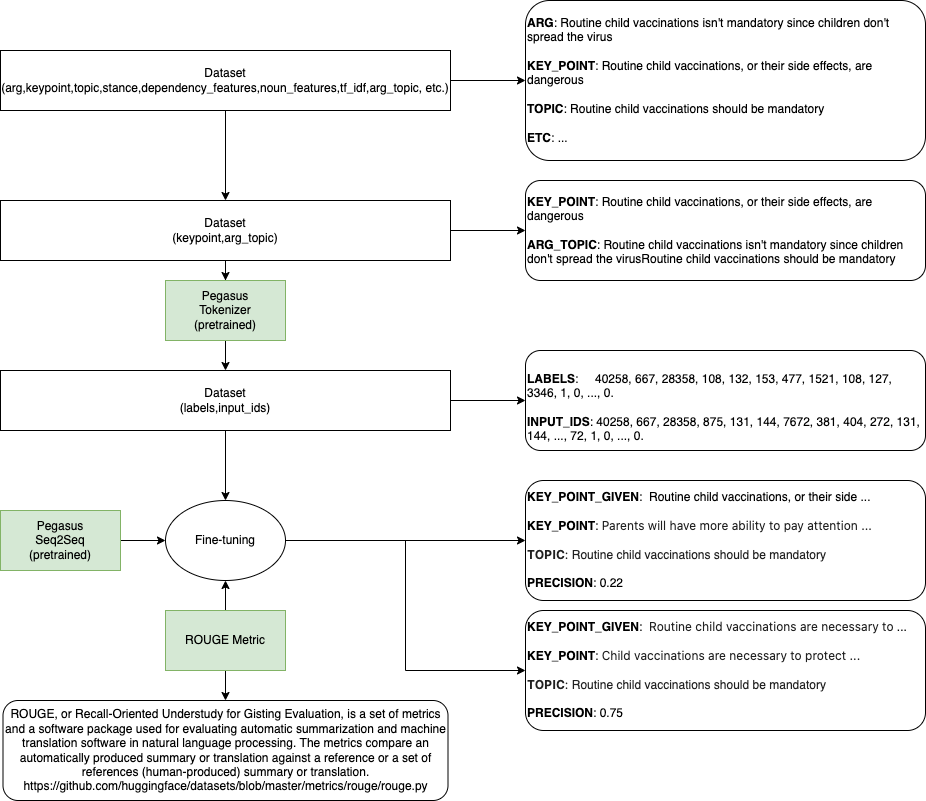
Earlier version of the draw.io export images/generation.drawio.png (Yauhenii/kp_extraction). Source tidied: cells renumbered, new cells last; positions are measured from the earlier drawing's top-left corner, leaving out a move shared by most shapes.
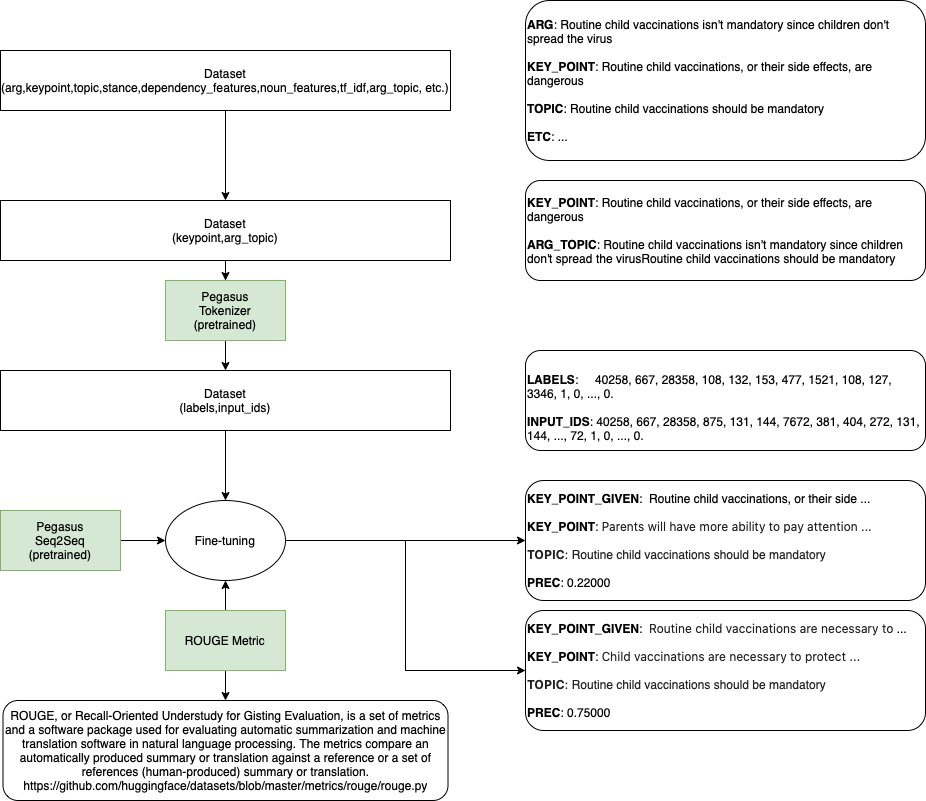
After the change.

The edit, as a diff of the source:
```diff
@@ -8,27 +8,18 @@
     <mxCell id="3" value="Pegasus&lt;br&gt;Seq2Seq&lt;br&gt;(pretrained)" style="rounded=0;whiteSpace=wrap;html=1;fillColor=#d5e8d4;strokeColor=#82b366;" parent="1" vertex="1">
       <mxGeometry y="510" width="120" height="60" as="geometry" />
     </mxCell>
-    <mxCell id="4" style="edgeStyle=orthogonalEdgeStyle;rounded=0;jettySize=auto;html=1;exitX=1;exitY=0.5;exitDx=0;exitDy=0;entryX=0;entryY=0.5;entryDx=0;entryDy=0;fontSize=12;" parent="1" edge="1" source="6" target="13">
-      <mxGeometry relative="1" as="geometry" />
-    </mxCell>
     <mxCell id="5" style="edgeStyle=orthogonalEdgeStyle;rounded=0;jettySize=auto;html=1;entryX=0.5;entryY=0;entryDx=0;entryDy=0;fontSize=12;" parent="1" edge="1" source="6" target="9">
       <mxGeometry relative="1" as="geometry" />
     </mxCell>
     <mxCell id="6" value="Dataset&lt;br&gt;(arg,keypoint,topic,stance,dependency_features,noun_features,tf_idf,arg_topic, etc.)" style="rounded=0;whiteSpace=wrap;html=1;" parent="1" vertex="1">
       <mxGeometry y="50" width="450" height="60" as="geometry" />
     </mxCell>
-    <mxCell id="7" style="edgeStyle=orthogonalEdgeStyle;rounded=0;jettySize=auto;html=1;entryX=0;entryY=0.5;entryDx=0;entryDy=0;fontSize=12;" parent="1" edge="1" source="9" target="14">
-      <mxGeometry relative="1" as="geometry" />
-    </mxCell>
     <mxCell id="8" style="edgeStyle=orthogonalEdgeStyle;rounded=0;jettySize=auto;html=1;fontSize=12;" parent="1" edge="1" source="9" target="17">
       <mxGeometry relative="1" as="geometry" />
     </mxCell>
     <mxCell id="9" value="Dataset&lt;br&gt;(keypoint,arg_topic)" style="rounded=0;whiteSpace=wrap;html=1;" parent="1" vertex="1">
       <mxGeometry y="200" width="450" height="60" as="geometry" />
     </mxCell>
-    <mxCell id="10" style="edgeStyle=orthogonalEdgeStyle;rounded=0;jettySize=auto;html=1;entryX=0;entryY=0.5;entryDx=0;entryDy=0;fontSize=12;" parent="1" edge="1" source="12" target="15">
-      <mxGeometry relative="1" as="geometry" />
-    </mxCell>
     <mxCell id="11" style="edgeStyle=orthogonalEdgeStyle;rounded=0;jettySize=auto;html=1;entryX=0.5;entryY=0;entryDx=0;entryDy=0;fontSize=12;" parent="1" edge="1" source="12" target="20">
       <mxGeometry relative="1" as="geometry" />
     </mxCell>
@@ -71,10 +62,10 @@
     <mxCell id="24" value="&lt;span style=&quot;font-size: 12px;&quot;&gt;ROUGE, or Recall-Oriented Understudy for Gisting Evaluation, is a set of metrics and a software package used for evaluating automatic summarization and machine translation software in natural language processing. The metrics compare an automatically produced summary or translation against a reference or a set of references (human-produced) summary or translation.&lt;/span&gt;&lt;br&gt;&lt;span style=&quot;font-size: 12px;&quot;&gt;https://github.com/huggingface/datasets/blob/master/metrics/rouge/rouge.py&lt;/span&gt;" style="rounded=1;whiteSpace=wrap;html=1;fontSize=12;" parent="1" vertex="1">
       <mxGeometry x="2.5" y="700" width="445" height="100" as="geometry" />
     </mxCell>
-    <mxCell id="25" value="&lt;font style=&quot;&quot;&gt;&lt;font style=&quot;&quot;&gt;&lt;span style=&quot;font-size: 12px; background-color: transparent; caret-color: rgb(0, 0, 0);&quot;&gt;&lt;b&gt;KEY_POINT_GIVEN&lt;/b&gt;:&amp;nbsp;&amp;nbsp;&lt;/span&gt;&lt;span style=&quot;background-color: transparent;&quot;&gt;&lt;span style=&quot;font-size: 12px;&quot;&gt;Routine child vaccinations, or their side ...&lt;br&gt;&lt;/span&gt;&lt;br&gt;&lt;/span&gt;&lt;/font&gt;&lt;b&gt;KEY_POINT&lt;/b&gt;:&amp;nbsp;&lt;span style=&quot;caret-color: rgba(0, 0, 0, 0.87); color: rgba(0, 0, 0, 0.87); font-family: -apple-system, BlinkMacSystemFont, &amp;quot;Segoe UI&amp;quot;, Helvetica, Arial, sans-serif, &amp;quot;Apple Color Emoji&amp;quot;, &amp;quot;Segoe UI Emoji&amp;quot;, &amp;quot;Segoe UI Symbol&amp;quot;; text-align: right; text-size-adjust: auto; background-color: rgb(255, 255, 255);&quot;&gt;Parents will have more ability to pay attention ...&lt;br&gt;&lt;br&gt;&lt;/span&gt;&lt;span style=&quot;caret-color: rgba(0, 0, 0, 0.87); color: rgba(0, 0, 0, 0.87); font-family: -apple-system, BlinkMacSystemFont, &amp;quot;Segoe UI&amp;quot;, Helvetica, Arial, sans-serif, &amp;quot;Apple Color Emoji&amp;quot;, &amp;quot;Segoe UI Emoji&amp;quot;, &amp;quot;Segoe UI Symbol&amp;quot;; font-weight: bold; text-align: right; text-size-adjust: auto; background-color: rgb(255, 255, 255);&quot;&gt;TOPIC&lt;/span&gt;&lt;span style=&quot;caret-color: rgba(0, 0, 0, 0.87); color: rgba(0, 0, 0, 0.87); font-family: -apple-system, BlinkMacSystemFont, &amp;quot;Segoe UI&amp;quot;, Helvetica, Arial, sans-serif, &amp;quot;Apple Color Emoji&amp;quot;, &amp;quot;Segoe UI Emoji&amp;quot;, &amp;quot;Segoe UI Symbol&amp;quot;; text-align: right; text-size-adjust: auto; background-color: rgb(255, 255, 255);&quot;&gt;:&lt;/span&gt;&lt;span style=&quot;caret-color: rgba(0, 0, 0, 0.87); color: rgba(0, 0, 0, 0.87); text-align: right; text-size-adjust: auto; background-color: rgb(255, 255, 255);&quot;&gt;&amp;nbsp;&lt;/span&gt;&lt;span style=&quot;caret-color: rgba(0, 0, 0, 0.87); color: rgba(0, 0, 0, 0.87); text-align: right; text-size-adjust: auto;&quot;&gt;Routine child vaccinations should be mandatory&lt;br&gt;&lt;/span&gt;&lt;br&gt;&lt;b&gt;PRECISION&lt;/b&gt;: 0.22&lt;br&gt;&lt;/font&gt;" style="rounded=1;whiteSpace=wrap;html=1;align=left;" parent="1" vertex="1">
+    <mxCell id="25" value="&lt;font style=&quot;&quot;&gt;&lt;font style=&quot;&quot;&gt;&lt;span style=&quot;font-size: 12px; background-color: transparent; caret-color: rgb(0, 0, 0);&quot;&gt;&lt;b&gt;KEY_POINT_GIVEN&lt;/b&gt;:&amp;nbsp;&amp;nbsp;&lt;/span&gt;&lt;span style=&quot;background-color: transparent;&quot;&gt;&lt;span style=&quot;font-size: 12px;&quot;&gt;Routine child vaccinations, or their side ...&lt;br&gt;&lt;/span&gt;&lt;br&gt;&lt;/span&gt;&lt;/font&gt;&lt;b&gt;KEY_POINT&lt;/b&gt;:&amp;nbsp;&lt;span style=&quot;caret-color: rgba(0, 0, 0, 0.87); color: rgba(0, 0, 0, 0.87); font-family: -apple-system, BlinkMacSystemFont, &amp;quot;Segoe UI&amp;quot;, Helvetica, Arial, sans-serif, &amp;quot;Apple Color Emoji&amp;quot;, &amp;quot;Segoe UI Emoji&amp;quot;, &amp;quot;Segoe UI Symbol&amp;quot;; text-align: right; text-size-adjust: auto; background-color: rgb(255, 255, 255);&quot;&gt;Parents will have more ability to pay attention ...&lt;br&gt;&lt;br&gt;&lt;/span&gt;&lt;span style=&quot;caret-color: rgba(0, 0, 0, 0.87); color: rgba(0, 0, 0, 0.87); font-family: -apple-system, BlinkMacSystemFont, &amp;quot;Segoe UI&amp;quot;, Helvetica, Arial, sans-serif, &amp;quot;Apple Color Emoji&amp;quot;, &amp;quot;Segoe UI Emoji&amp;quot;, &amp;quot;Segoe UI Symbol&amp;quot;; font-weight: bold; text-align: right; text-size-adjust: auto; background-color: rgb(255, 255, 255);&quot;&gt;TOPIC&lt;/span&gt;&lt;span style=&quot;caret-color: rgba(0, 0, 0, 0.87); color: rgba(0, 0, 0, 0.87); font-family: -apple-system, BlinkMacSystemFont, &amp;quot;Segoe UI&amp;quot;, Helvetica, Arial, sans-serif, &amp;quot;Apple Color Emoji&amp;quot;, &amp;quot;Segoe UI Emoji&amp;quot;, &amp;quot;Segoe UI Symbol&amp;quot;; text-align: right; text-size-adjust: auto; background-color: rgb(255, 255, 255);&quot;&gt;:&lt;/span&gt;&lt;span style=&quot;caret-color: rgba(0, 0, 0, 0.87); color: rgba(0, 0, 0, 0.87); text-align: right; text-size-adjust: auto; background-color: rgb(255, 255, 255);&quot;&gt;&amp;nbsp;&lt;/span&gt;&lt;span style=&quot;caret-color: rgba(0, 0, 0, 0.87); color: rgba(0, 0, 0, 0.87); text-align: right; text-size-adjust: auto;&quot;&gt;Routine child vaccinations should be mandatory&lt;br&gt;&lt;/span&gt;&lt;br&gt;&lt;b&gt;PREC&lt;/b&gt;: 0.22000&lt;br&gt;&lt;/font&gt;" style="rounded=1;whiteSpace=wrap;html=1;align=left;" parent="1" vertex="1">
       <mxGeometry x="525" y="480" width="400" height="120" as="geometry" />
     </mxCell>
-    <mxCell id="26" value="&lt;font style=&quot;&quot;&gt;&lt;font style=&quot;&quot;&gt;&lt;span style=&quot;font-size: 12px; caret-color: rgb(0, 0, 0);&quot;&gt;&lt;b style=&quot;&quot;&gt;KEY_POINT_GIVEN&lt;/b&gt;:&amp;nbsp;&amp;nbsp;&lt;/span&gt;&lt;span style=&quot;caret-color: rgba(0, 0, 0, 0.87); color: rgba(0, 0, 0, 0.87); font-family: -apple-system, BlinkMacSystemFont, &amp;quot;Segoe UI&amp;quot;, Helvetica, Arial, sans-serif, &amp;quot;Apple Color Emoji&amp;quot;, &amp;quot;Segoe UI Emoji&amp;quot;, &amp;quot;Segoe UI Symbol&amp;quot;; text-align: right; text-size-adjust: auto;&quot;&gt;Routine child vaccinations are necessary to&lt;/span&gt;&lt;span style=&quot;font-size: 12px;&quot;&gt;&amp;nbsp;...&lt;br&gt;&lt;/span&gt;&lt;br&gt;&lt;/font&gt;&lt;b&gt;KEY_POINT&lt;/b&gt;:&amp;nbsp;&lt;span style=&quot;caret-color: rgba(0, 0, 0, 0.87); color: rgba(0, 0, 0, 0.87); font-family: -apple-system, BlinkMacSystemFont, &amp;quot;Segoe UI&amp;quot;, Helvetica, Arial, sans-serif, &amp;quot;Apple Color Emoji&amp;quot;, &amp;quot;Segoe UI Emoji&amp;quot;, &amp;quot;Segoe UI Symbol&amp;quot;; text-align: right; text-size-adjust: auto;&quot;&gt;&lt;span style=&quot;font-family: -apple-system, BlinkMacSystemFont, &amp;quot;Segoe UI&amp;quot;, Helvetica, Arial, sans-serif, &amp;quot;Apple Color Emoji&amp;quot;, &amp;quot;Segoe UI Emoji&amp;quot;, &amp;quot;Segoe UI Symbol&amp;quot;; text-size-adjust: auto;&quot;&gt;Child vaccinations are necessary to protect&lt;/span&gt;&amp;nbsp;...&lt;br&gt;&lt;br&gt;&lt;/span&gt;&lt;span style=&quot;caret-color: rgba(0, 0, 0, 0.87); color: rgba(0, 0, 0, 0.87); font-family: -apple-system, BlinkMacSystemFont, &amp;quot;Segoe UI&amp;quot;, Helvetica, Arial, sans-serif, &amp;quot;Apple Color Emoji&amp;quot;, &amp;quot;Segoe UI Emoji&amp;quot;, &amp;quot;Segoe UI Symbol&amp;quot;; font-weight: bold; text-align: right; text-size-adjust: auto;&quot;&gt;TOPIC&lt;/span&gt;&lt;span style=&quot;caret-color: rgba(0, 0, 0, 0.87); color: rgba(0, 0, 0, 0.87); font-family: -apple-system, BlinkMacSystemFont, &amp;quot;Segoe UI&amp;quot;, Helvetica, Arial, sans-serif, &amp;quot;Apple Color Emoji&amp;quot;, &amp;quot;Segoe UI Emoji&amp;quot;, &amp;quot;Segoe UI Symbol&amp;quot;; text-align: right; text-size-adjust: auto;&quot;&gt;:&lt;/span&gt;&lt;span style=&quot;caret-color: rgba(0, 0, 0, 0.87); color: rgba(0, 0, 0, 0.87); text-align: right; text-size-adjust: auto;&quot;&gt;&amp;nbsp;&lt;/span&gt;&lt;span style=&quot;caret-color: rgba(0, 0, 0, 0.87); color: rgba(0, 0, 0, 0.87); text-align: right; text-size-adjust: auto;&quot;&gt;Routine child vaccinations should be mandatory&lt;br&gt;&lt;/span&gt;&lt;br&gt;&lt;b&gt;PRECISION&lt;/b&gt;: 0.75&lt;br&gt;&lt;/font&gt;" style="rounded=1;whiteSpace=wrap;html=1;align=left;" parent="1" vertex="1">
+    <mxCell id="26" value="&lt;font style=&quot;&quot;&gt;&lt;font style=&quot;&quot;&gt;&lt;span style=&quot;font-size: 12px; caret-color: rgb(0, 0, 0);&quot;&gt;&lt;b style=&quot;&quot;&gt;KEY_POINT_GIVEN&lt;/b&gt;:&amp;nbsp;&amp;nbsp;&lt;/span&gt;&lt;span style=&quot;caret-color: rgba(0, 0, 0, 0.87); color: rgba(0, 0, 0, 0.87); font-family: -apple-system, BlinkMacSystemFont, &amp;quot;Segoe UI&amp;quot;, Helvetica, Arial, sans-serif, &amp;quot;Apple Color Emoji&amp;quot;, &amp;quot;Segoe UI Emoji&amp;quot;, &amp;quot;Segoe UI Symbol&amp;quot;; text-align: right; text-size-adjust: auto;&quot;&gt;Routine child vaccinations are necessary to&lt;/span&gt;&lt;span style=&quot;font-size: 12px;&quot;&gt;&amp;nbsp;...&lt;br&gt;&lt;/span&gt;&lt;br&gt;&lt;/font&gt;&lt;b&gt;KEY_POINT&lt;/b&gt;:&amp;nbsp;&lt;span style=&quot;caret-color: rgba(0, 0, 0, 0.87); color: rgba(0, 0, 0, 0.87); font-family: -apple-system, BlinkMacSystemFont, &amp;quot;Segoe UI&amp;quot;, Helvetica, Arial, sans-serif, &amp;quot;Apple Color Emoji&amp;quot;, &amp;quot;Segoe UI Emoji&amp;quot;, &amp;quot;Segoe UI Symbol&amp;quot;; text-align: right; text-size-adjust: auto;&quot;&gt;&lt;span style=&quot;font-family: -apple-system, BlinkMacSystemFont, &amp;quot;Segoe UI&amp;quot;, Helvetica, Arial, sans-serif, &amp;quot;Apple Color Emoji&amp;quot;, &amp;quot;Segoe UI Emoji&amp;quot;, &amp;quot;Segoe UI Symbol&amp;quot;; text-size-adjust: auto;&quot;&gt;Child vaccinations are necessary to protect&lt;/span&gt;&amp;nbsp;...&lt;br&gt;&lt;br&gt;&lt;/span&gt;&lt;span style=&quot;caret-color: rgba(0, 0, 0, 0.87); color: rgba(0, 0, 0, 0.87); font-family: -apple-system, BlinkMacSystemFont, &amp;quot;Segoe UI&amp;quot;, Helvetica, Arial, sans-serif, &amp;quot;Apple Color Emoji&amp;quot;, &amp;quot;Segoe UI Emoji&amp;quot;, &amp;quot;Segoe UI Symbol&amp;quot;; font-weight: bold; text-align: right; text-size-adjust: auto;&quot;&gt;TOPIC&lt;/span&gt;&lt;span style=&quot;caret-color: rgba(0, 0, 0, 0.87); color: rgba(0, 0, 0, 0.87); font-family: -apple-system, BlinkMacSystemFont, &amp;quot;Segoe UI&amp;quot;, Helvetica, Arial, sans-serif, &amp;quot;Apple Color Emoji&amp;quot;, &amp;quot;Segoe UI Emoji&amp;quot;, &amp;quot;Segoe UI Symbol&amp;quot;; text-align: right; text-size-adjust: auto;&quot;&gt;:&lt;/span&gt;&lt;span style=&quot;caret-color: rgba(0, 0, 0, 0.87); color: rgba(0, 0, 0, 0.87); text-align: right; text-size-adjust: auto;&quot;&gt;&amp;nbsp;&lt;/span&gt;&lt;span style=&quot;caret-color: rgba(0, 0, 0, 0.87); color: rgba(0, 0, 0, 0.87); text-align: right; text-size-adjust: auto;&quot;&gt;Routine child vaccinations should be mandatory&lt;br&gt;&lt;/span&gt;&lt;br&gt;&lt;b&gt;PREC&lt;/b&gt;: 0.75000&lt;br&gt;&lt;/font&gt;" style="rounded=1;whiteSpace=wrap;html=1;align=left;" parent="1" vertex="1">
       <mxGeometry x="525" y="610" width="400" height="120" as="geometry" />
     </mxCell>
   </root>
```
